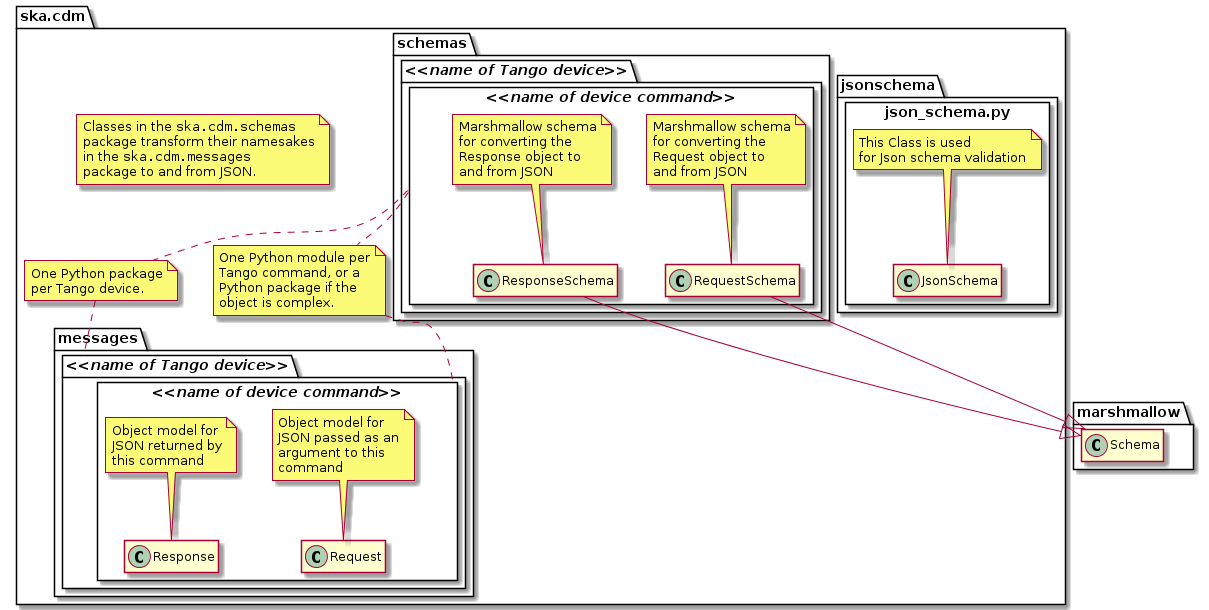
This is docs/src/developer/layout.png from ska-telescope/cdm-shared-library, a PlantUML export, as it was before one commit. The source it was exported from:
```plantuml
@startuml
hide empty members

package marshmallow {
	class Schema
}

package ska.cdm {
	package messages {
		package "<<//name of Tango device//>>" as device {
			package "<<//name of device command//>>" as command.py <<Rectangle>> {
				class Request
				note top of Request
					Object model for
					JSON passed as an
					argument to this
					command
				end note

				class Response
				note top of Response
					Object model for
					JSON returned by
					this command
				end note
			}
		}
	}
  package jsonschema {
        package json_schema.py <<Rectangle>> {
            class JsonSchema {

                }
            note top of JsonSchema
               This Class is used
               for Json schema validation
            end note
        }
    }
	package schemas {
		package "<<//name of Tango device//>>" as P1 {
			package "<<//name of device command//>>" as P2 <<Rectangle>> {
				class RequestSchema
				note top of RequestSchema
					Marshmallow schema
					for converting the
					Request object to
					and from JSON
				end note

				class ResponseSchema
				note top of ResponseSchema
					Marshmallow schema
					for converting the
					Response object to
					and from JSON
				end note
			}
		}
	}
	note as N2
		Classes in the ""ska.cdm.schemas""
		package transform their namesakes
		in the ""ska.cdm.messages""
		package to and from JSON.
	end note

	note as N1
		One Python package
		per Tango device.
	end note
	P2 .. N1
	N1 .. device

	note as N3
		One Python module per
		Tango command, or a
		Python package if the
		object is complex.
	end note
	P2 .. N3
	N3 .. command.py



}


ResponseSchema --|> Schema
RequestSchema --|> Schema
@enduml
```
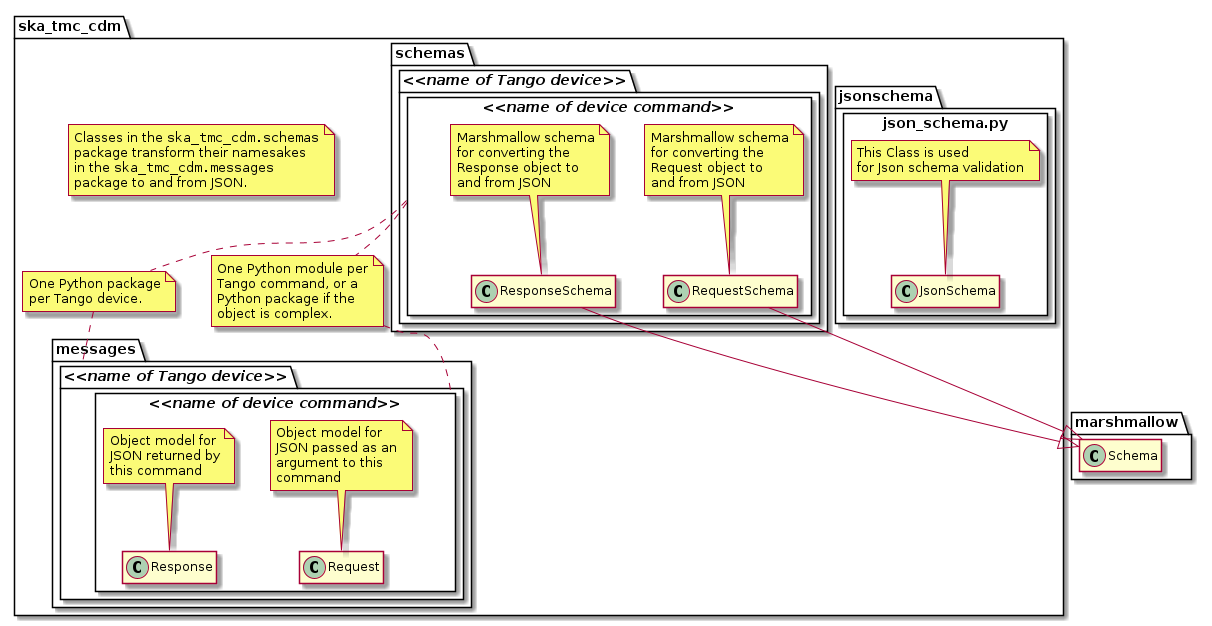
After the change.

Change to the diagram source:
```diff
@@ -5,7 +5,7 @@
 	class Schema
 }
 
-package ska.cdm {
+package ska_tmc_cdm {
 	package messages {
 		package "<<//name of Tango device//>>" as device {
 			package "<<//name of device command//>>" as command.py <<Rectangle>> {
@@ -59,9 +59,9 @@
 		}
 	}
 	note as N2
-		Classes in the ""ska.cdm.schemas""
+		Classes in the ""ska_tmc_cdm.schemas""
 		package transform their namesakes
-		in the ""ska.cdm.messages""
+		in the ""ska_tmc_cdm.messages""
 		package to and from JSON.
 	end note
 
@@ -88,4 +88,5 @@
 
 ResponseSchema --|> Schema
 RequestSchema --|> Schema
+
 @enduml
```
